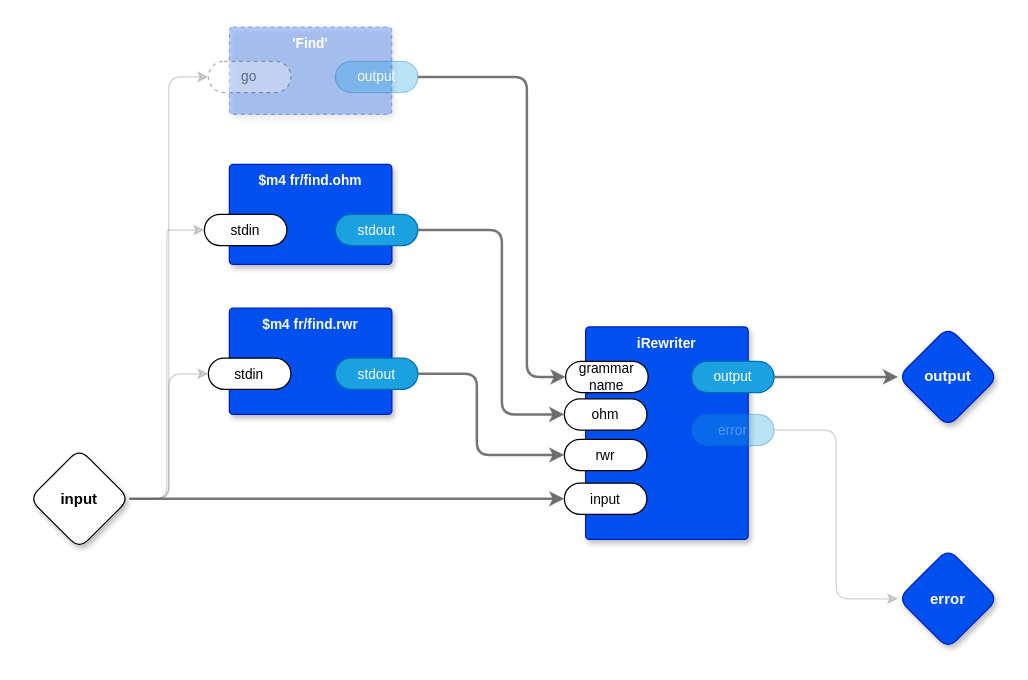
guitarvydas/find-and-replace keeps this draw.io diagram as page "Back End" (18 of 20) of find-and-replace.drawio. Above is the earlier version. Source tidied: cells renumbered, new cells numbered last; positions are measured from the earlier drawing's top-left corner, leaving out a move shared by most shapes. Both pictures are drawn from the tidied source at 125%, with x=0, y=0 at pixel (29, 26).
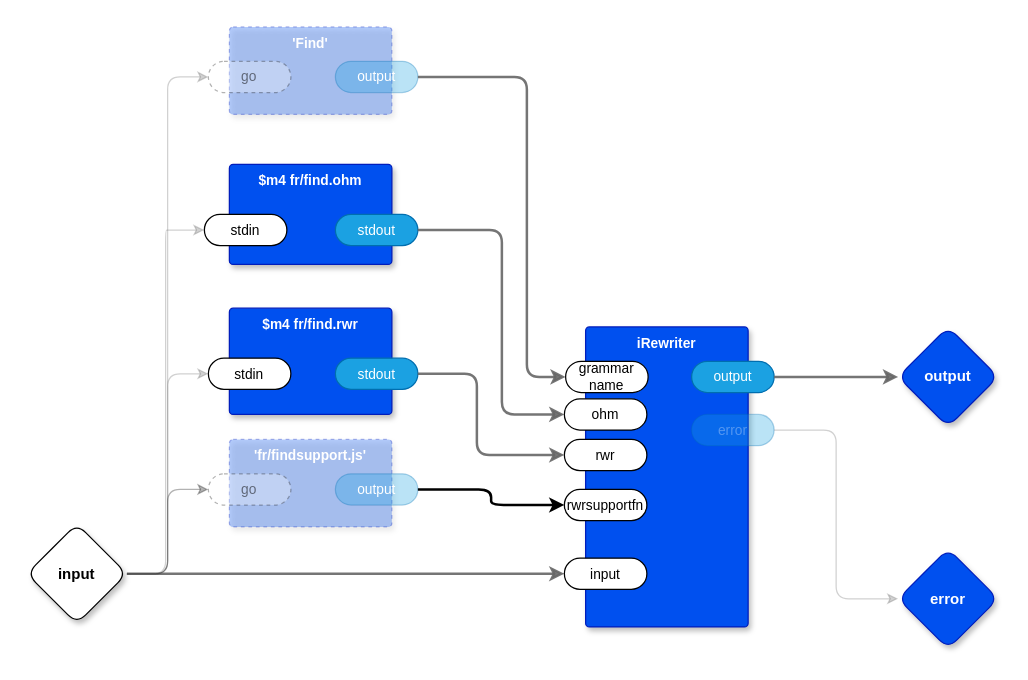
The same page after the edit.

Diff of the diagram source:
```diff
@@
+    <mxCell id="30" style="edgeStyle=orthogonalEdgeStyle;shape=connector;rounded=1;jettySize=auto;html=1;exitX=1;exitY=0.5;exitDx=0;exitDy=0;exitPerimeter=0;entryX=0;entryY=0.5;entryDx=0;entryDy=0;entryPerimeter=0;labelBackgroundColor=default;strokeColor=default;strokeWidth=1;fontFamily=Helvetica;fontSize=11;fontColor=default;endArrow=classic;opacity=30;" parent="1" edge="1" source="6" target="33">
+      <mxGeometry relative="1" as="geometry" />
+    </mxCell>
     <mxCell id="6" value="input" style="rhombus;whiteSpace=wrap;html=1;rounded=1;fontStyle=1;glass=0;sketch=0;fontSize=12;points=[[0,0.5,0,0,0],[0.5,0,0,0,0],[0.5,1,0,0,0],[1,0.5,0,0,0]];shadow=1;fontFamily=Helvetica;fontColor=default;" parent="1" vertex="1">
-      <mxGeometry y="337.5" width="80" height="80" as="geometry" />
+      <mxGeometry x="-2" y="397.5" width="80" height="80" as="geometry" />
     </mxCell>
@@
     <mxCell id="8" value="iRewriter" style="rounded=1;whiteSpace=wrap;html=1;sketch=0;verticalAlign=top;arcSize=6;fontStyle=1;absoluteArcSize=1;shadow=1;strokeColor=#001DBC;fillColor=#0050ef;fontColor=#ffffff;fontFamily=Helvetica;fontSize=11;" parent="1" vertex="1">
-      <mxGeometry x="445" y="240" width="130" height="170" as="geometry" />
+      <mxGeometry x="445" y="240" width="130" height="240" as="geometry" />
     </mxCell>
@@
     <mxCell id="13" value="input" style="rounded=1;whiteSpace=wrap;html=1;sketch=0;points=[[0,0.5,0,0,0],[1,0.5,0,0,0]];arcSize=50;fontFamily=Helvetica;fontSize=11;fontColor=default;" parent="8" vertex="1">
-      <mxGeometry x="-17" y="125" width="66" height="25" as="geometry" />
+      <mxGeometry x="-17" y="185" width="66" height="25" as="geometry" />
     </mxCell>
@@
+    <mxCell id="31" value="rwrsupportfn" style="rounded=1;whiteSpace=wrap;html=1;sketch=0;points=[[0,0.5,0,0,0],[1,0.5,0,0,0]];arcSize=50;fontFamily=Helvetica;fontSize=11;fontColor=default;" parent="8" vertex="1">
+      <mxGeometry x="-17" y="130" width="66" height="25" as="geometry" />
+    </mxCell>
@@
+    <mxCell id="32" value="'fr/findsupport.js'" style="rounded=1;whiteSpace=wrap;html=1;sketch=0;verticalAlign=top;arcSize=6;fontStyle=1;absoluteArcSize=1;shadow=1;strokeColor=#001DBC;fillColor=#0050ef;fontColor=#ffffff;fontFamily=Helvetica;fontSize=11;dashed=1;opacity=30;" parent="1" vertex="1">
+      <mxGeometry x="160" y="330" width="130" height="70" as="geometry" />
+    </mxCell>
+    <mxCell id="33" value="go" style="rounded=1;whiteSpace=wrap;html=1;sketch=0;points=[[0,0.5,0,0,0],[1,0.5,0,0,0]];arcSize=50;fontFamily=Helvetica;fontSize=11;fontColor=default;dashed=1;textOpacity=50;opacity=30;" parent="32" vertex="1">
+      <mxGeometry x="-16.8" y="27.5" width="66" height="25" as="geometry" />
+    </mxCell>
+    <mxCell id="34" value="output" style="rounded=1;whiteSpace=wrap;html=1;sketch=0;points=[[0,0.5,0,0,0],[1,0.5,0,0,0]];fillColor=#1ba1e2;fontColor=#ffffff;strokeColor=#006EAF;arcSize=50;fontFamily=Helvetica;fontSize=11;opacity=30;" parent="32" vertex="1">
+      <mxGeometry x="84.8" y="27.5" width="66" height="25" as="geometry" />
+    </mxCell>
+    <mxCell id="35" style="edgeStyle=orthogonalEdgeStyle;shape=connector;rounded=1;jettySize=auto;html=1;exitX=1;exitY=0.5;exitDx=0;exitDy=0;exitPerimeter=0;entryX=0;entryY=0.5;entryDx=0;entryDy=0;entryPerimeter=0;labelBackgroundColor=default;strokeColor=default;strokeWidth=2;fontFamily=Helvetica;fontSize=11;fontColor=default;endArrow=classic;" parent="1" edge="1" source="34" target="31">
+      <mxGeometry relative="1" as="geometry" />
+    </mxCell>
```
